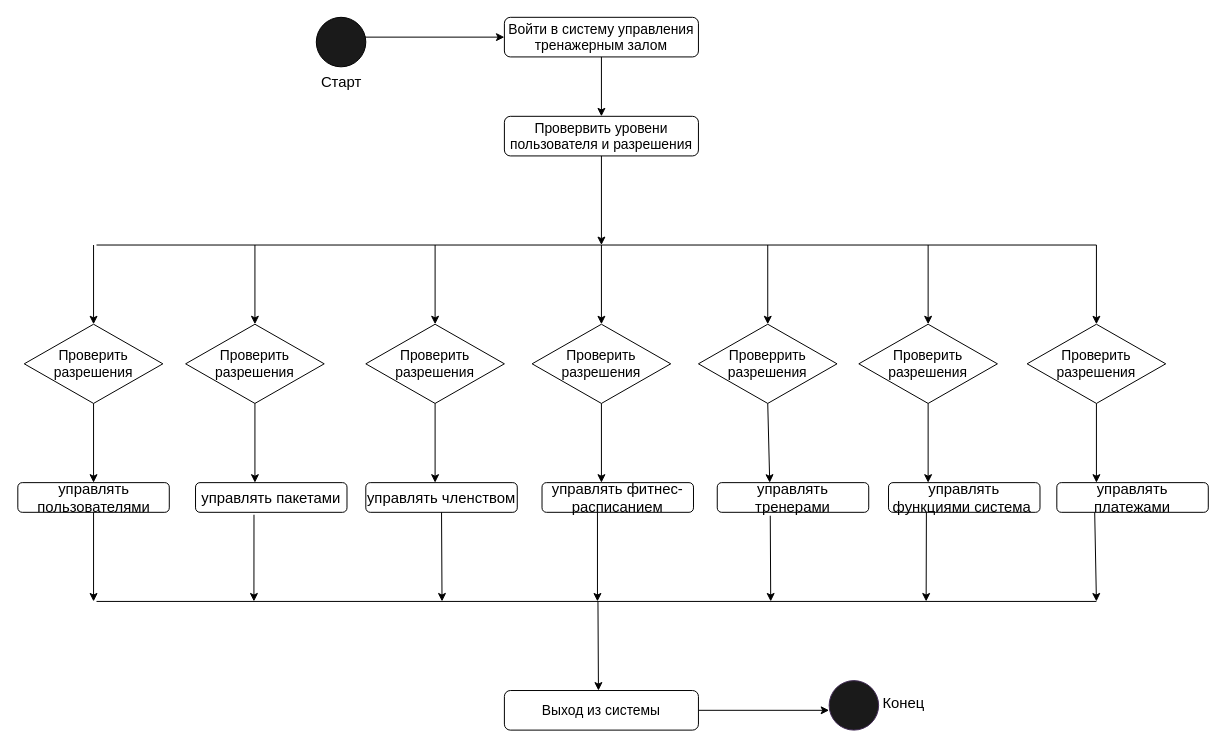
This is page "Activity Diagram" (4 of 7) of Biểu đồ không có tiêu đề.drawio from quyettranvu/Lab2-3_UML, a draw.io file, before an edit. Source tidied: cells renumbered, new cells numbered last; positions are measured from the earlier drawing's top-left corner, leaving out a move shared by most shapes. Both pictures are drawn from the tidied source at 99%, with x=0, y=0 at pixel (17, 17).
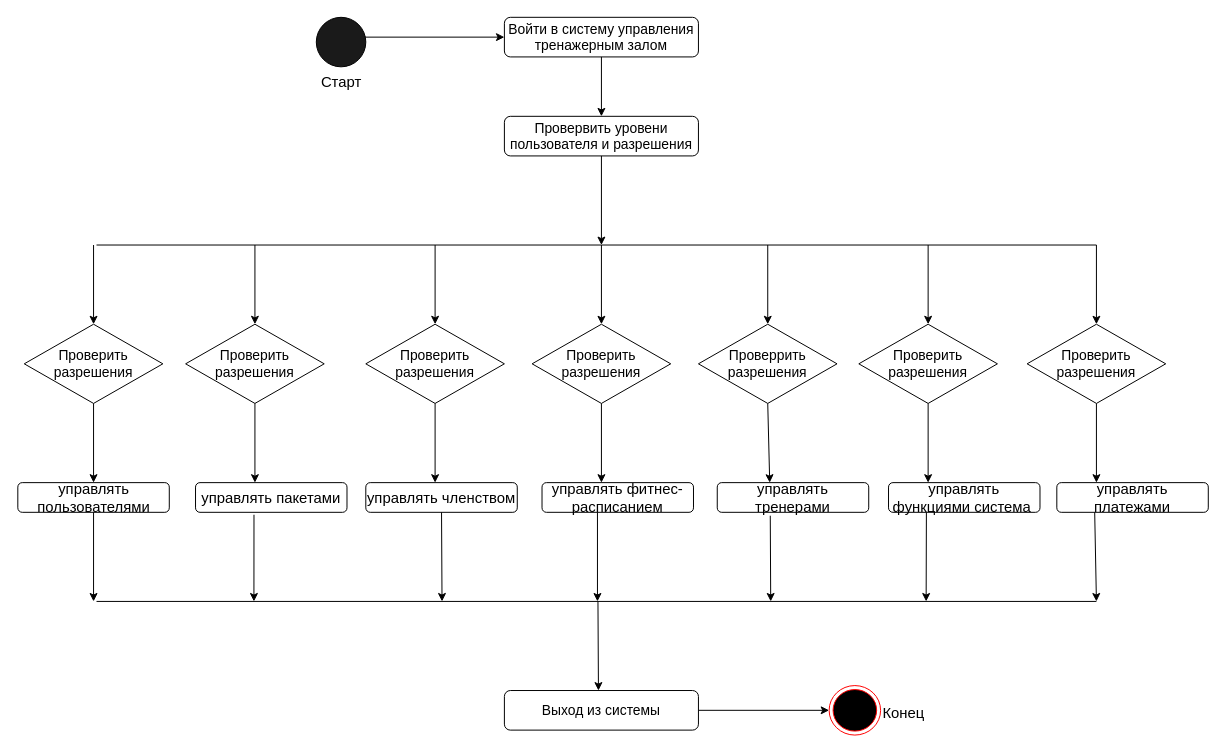
After the change.

Change to the diagram source:
```diff
@@
-    <mxCell id="31" style="ellipse;whiteSpace=wrap;html=1;fillColor=#1A1A1A;strokeColor=#432D57;fontColor=#ffffff;" parent="1" vertex="1">
-      <mxGeometry x="820" y="670" width="50" height="50" as="geometry" />
-    </mxCell>
@@
     <mxCell id="33" value="&lt;font style=&quot;font-size: 15px;&quot;&gt;Конец&lt;/font&gt;" style="text;html=1;align=center;verticalAlign=middle;fillColor=none;strokeColor=none;rounded=0;fontSize=20;" parent="1" vertex="1">
-      <mxGeometry x="860" y="670" width="70" height="40" as="geometry" />
+      <mxGeometry x="860" y="680" width="70" height="40" as="geometry" />
     </mxCell>
@@
+    <mxCell id="51" style="ellipse;html=1;shape=endState;fillColor=#000000;strokeColor=#ff0000;" parent="1" vertex="1">
+      <mxGeometry x="820" y="675" width="52" height="50" as="geometry" />
+    </mxCell>
```
